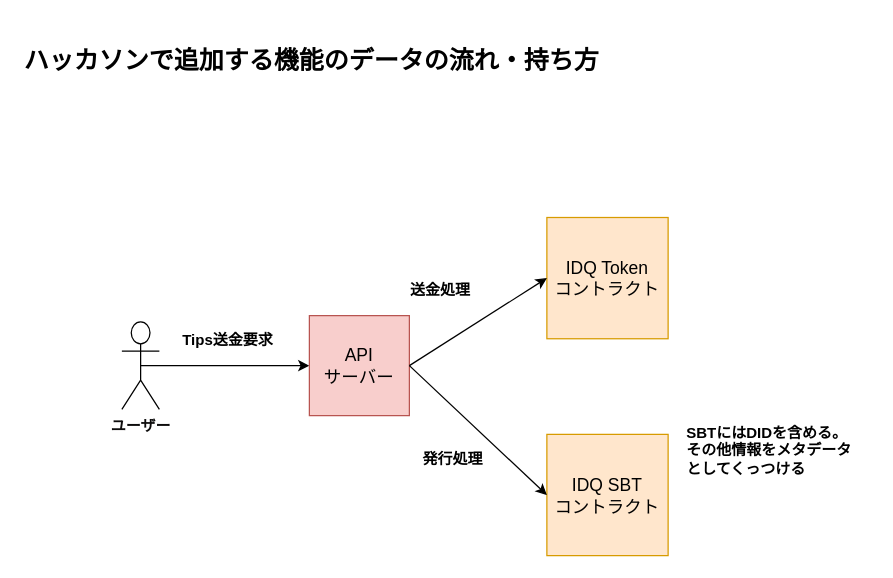
Before: page "Tips機能概念図" (5 of 6) of assets/IDQ.drawio in mashharuki/WalletProject, a draw.io diagram. Source tidied: cells renumbered, new cells numbered last; positions are measured from the earlier drawing's top-left corner, leaving out a move shared by most shapes. Both pictures are drawn from the tidied source at 125%, with x=0, y=0 at pixel (21, 21).
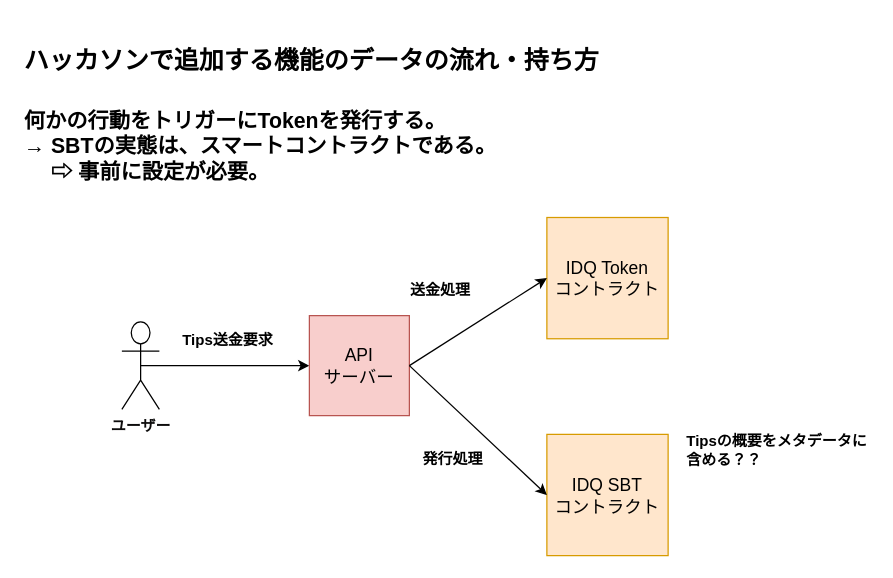
Above is the later version.

What changed in the source:
```diff
@@
 <mxGraphModel>
   <root>
     <mxCell id="0" />
     <mxCell id="1" parent="0" />
     <mxCell id="2" value="IDQ Token&lt;br&gt;コントラクト" style="whiteSpace=wrap;html=1;fontSize=14;fillColor=#ffe6cc;strokeColor=#d79b00;" parent="1" vertex="1">
       <mxGeometry x="420" y="156.5" width="97" height="97" as="geometry" />
     </mxCell>
     <mxCell id="3" value="&lt;b&gt;ユーザー&lt;/b&gt;" style="shape=umlActor;verticalLabelPosition=bottom;verticalAlign=top;html=1;outlineConnect=0;fontColor=#0d0c0c;" parent="1" vertex="1">
       <mxGeometry x="80" y="240" width="30" height="70" as="geometry" />
     </mxCell>
     <mxCell id="4" value="IDQ SBT&lt;br&gt;コントラクト" style="whiteSpace=wrap;html=1;fontSize=14;fillColor=#ffe6cc;strokeColor=#d79b00;" parent="1" vertex="1">
       <mxGeometry x="420" y="330" width="97" height="97" as="geometry" />
     </mxCell>
     <mxCell id="5" style="endArrow=classic;html=1;rounded=0;exitX=0.5;exitY=0.5;exitDx=0;exitDy=0;exitPerimeter=0;" parent="1" edge="1" source="3">
       <mxGeometry relative="1" as="geometry">
         <mxPoint x="230" y="275" as="targetPoint" />
       </mxGeometry>
     </mxCell>
     <mxCell id="6" value="Tips送金要求" style="text;html=1;strokeColor=none;fillColor=none;align=center;verticalAlign=middle;whiteSpace=wrap;rounded=0;fontStyle=1;" parent="1" vertex="1">
       <mxGeometry x="100" y="240" width="130" height="30" as="geometry" />
     </mxCell>
     <mxCell id="7" value="ハッカソンで追加する機能のデータの流れ・持ち方" style="text;html=1;strokeColor=none;fillColor=none;align=left;verticalAlign=middle;whiteSpace=wrap;rounded=0;fontStyle=1;fontSize=20;" parent="1" vertex="1">
       <mxGeometry width="520" height="60" as="geometry" />
     </mxCell>
     <mxCell id="8" value="API&lt;br&gt;サーバー" style="whiteSpace=wrap;html=1;fontSize=14;fillColor=#f8cecc;strokeColor=#b85450;" parent="1" vertex="1">
       <mxGeometry x="230" y="235" width="80" height="80" as="geometry" />
     </mxCell>
     <mxCell id="9" style="endArrow=classic;html=1;rounded=0;exitX=1;exitY=0.5;exitDx=0;exitDy=0;entryX=0;entryY=0.5;entryDx=0;entryDy=0;" parent="1" edge="1" source="8" target="2">
       <mxGeometry relative="1" as="geometry" />
     </mxCell>
     <mxCell id="10" style="endArrow=classic;html=1;rounded=0;exitX=1;exitY=0.5;exitDx=0;exitDy=0;entryX=0;entryY=0.5;entryDx=0;entryDy=0;" parent="1" edge="1" source="8" target="4">
       <mxGeometry relative="1" as="geometry" />
     </mxCell>
     <mxCell id="11" value="送金処理" style="text;html=1;strokeColor=none;fillColor=none;align=center;verticalAlign=middle;whiteSpace=wrap;rounded=0;fontStyle=1;" parent="1" vertex="1">
       <mxGeometry x="270" y="200" width="130" height="30" as="geometry" />
     </mxCell>
     <mxCell id="12" value="発行処理" style="text;html=1;strokeColor=none;fillColor=none;align=center;verticalAlign=middle;whiteSpace=wrap;rounded=0;fontStyle=1;" parent="1" vertex="1">
       <mxGeometry x="280" y="335" width="130" height="30" as="geometry" />
     </mxCell>
-    <mxCell id="13" value="SBTにはDIDを含める。&lt;br&gt;その他情報をメタデータ&lt;br&gt;としてくっつける" style="text;html=1;strokeColor=none;fillColor=none;align=left;verticalAlign=middle;whiteSpace=wrap;rounded=0;fontStyle=1;" parent="1" vertex="1">
+    <mxCell id="13" value="Tipsの概要をメタデータに含める？？" style="text;html=1;strokeColor=none;fillColor=none;align=left;verticalAlign=middle;whiteSpace=wrap;rounded=0;fontStyle=1;" parent="1" vertex="1">
       <mxGeometry x="530" y="315" width="150" height="55" as="geometry" />
     </mxCell>
+    <mxCell id="14" value="何かの行動をトリガーにTokenを発行する。&lt;br style=&quot;font-size: 17px;&quot;&gt;→ SBTの実態は、スマートコントラクトである。&lt;br style=&quot;font-size: 17px;&quot;&gt;　 ⇨ 事前に設定が必要。" style="text;html=1;strokeColor=none;fillColor=none;align=left;verticalAlign=middle;whiteSpace=wrap;rounded=0;fontStyle=1;fontSize=17;" parent="1" vertex="1">
+      <mxGeometry y="70" width="400" height="60" as="geometry" />
+    </mxCell>
   </root>
 </mxGraphModel>
```
